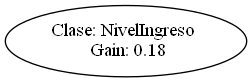
The Graphviz diagram test_output/gain.png in AlejandroFNadal/ia_decision_trees, before a commit. Its source is kept beside it as test_output/gain.dot.
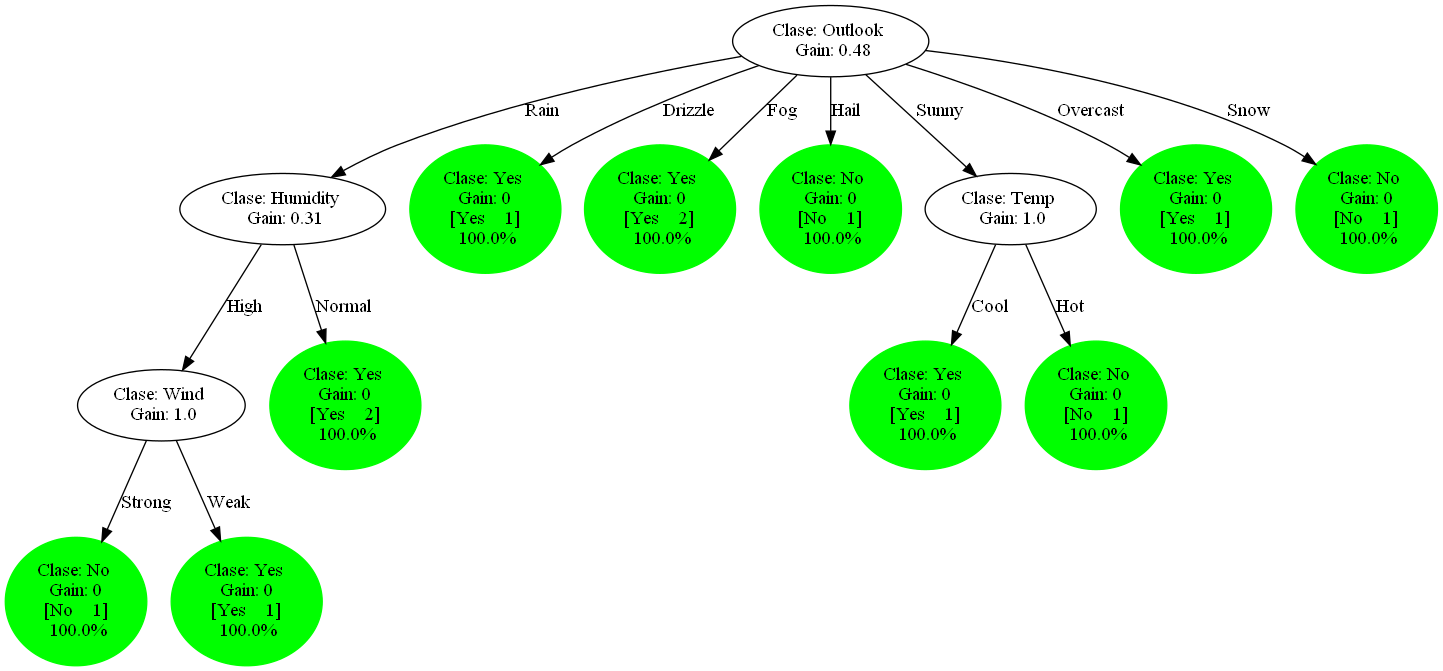
After the change.

What changed in the source:
```diff
@@ -1,4 +1,63 @@
 digraph {
-	0 [label="Clase: NivelIngreso
- Gain: 0.18"]
+	0 [label="Clase: Outlook
+ Gain: 0.48"]
+	191 [label="Clase: Humidity
+ Gain: 0.31"]
+	0 -> 191 [label=Rain splines=line]
+	192 [label="Clase: Wind
+ Gain: 1.0"]
+	191 -> 192 [label=High splines=line]
+	193 [label="Clase: No
+ Gain: 0
+ [No    1]
+ 100.0%" color=green style=filled]
+	192 -> 193 [label=Strong splines=line]
+	194 [label="Clase: Yes
+ Gain: 0
+ [Yes    1]
+ 100.0%" color=green style=filled]
+	192 -> 194 [label=Weak splines=line]
+	195 [label="Clase: Yes
+ Gain: 0
+ [Yes    2]
+ 100.0%" color=green style=filled]
+	191 -> 195 [label=Normal splines=line]
+	196 [label="Clase: Yes
+ Gain: 0
+ [Yes    1]
+ 100.0%" color=green style=filled]
+	0 -> 196 [label=Drizzle splines=line]
+	197 [label="Clase: Yes
+ Gain: 0
+ [Yes    2]
+ 100.0%" color=green style=filled]
+	0 -> 197 [label=Fog splines=line]
+	198 [label="Clase: No
+ Gain: 0
+ [No    1]
+ 100.0%" color=green style=filled]
+	0 -> 198 [label=Hail splines=line]
+	199 [label="Clase: Temp
+ Gain: 1.0"]
+	0 -> 199 [label=Sunny splines=line]
+	200 [label="Clase: Yes
+ Gain: 0
+ [Yes    1]
+ 100.0%" color=green style=filled]
+	199 -> 200 [label=Cool splines=line]
+	201 [label="Clase: No
+ Gain: 0
+ [No    1]
+ 100.0%" color=green style=filled]
+	199 -> 201 [label=Hot splines=line]
+	202 [label="Clase: Yes
+ Gain: 0
+ [Yes    1]
+ 100.0%" color=green style=filled]
+	0 -> 202 [label=Overcast splines=line]
+	203 [label="Clase: No
+ Gain: 0
+ [No    1]
+ 100.0%" color=green style=filled]
+	0 -> 203 [label=Snow splines=line]
 }
```
